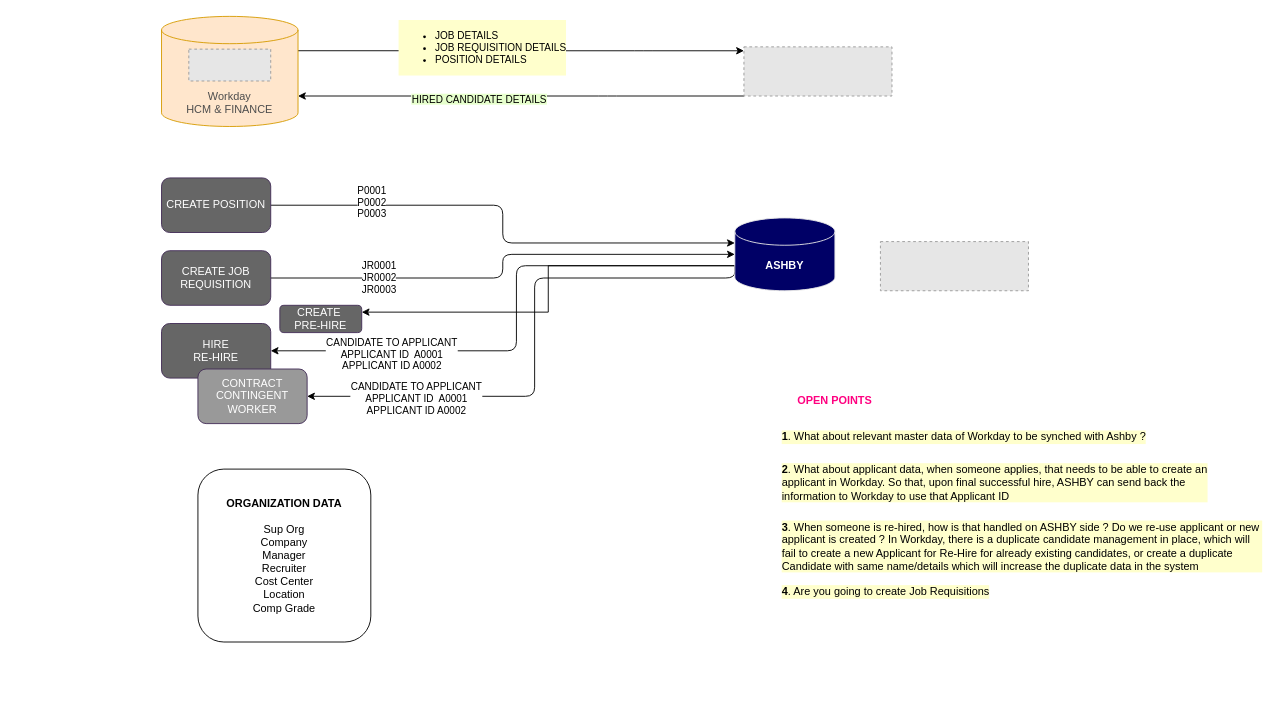
Above: ASHBY Recruiting Integration.drawio in sandyaroma/sandyaroma (draw.io), before the change. Source tidied: cells renumbered, new cells numbered last; positions are measured from the earlier drawing's top-left corner, leaving out a move shared by most shapes. Both pictures are drawn from the tidied source at 91%, with x=0, y=0 at pixel (15, 15). Pictures stored in the file or linked from it are replaced by grey dashed boxes.
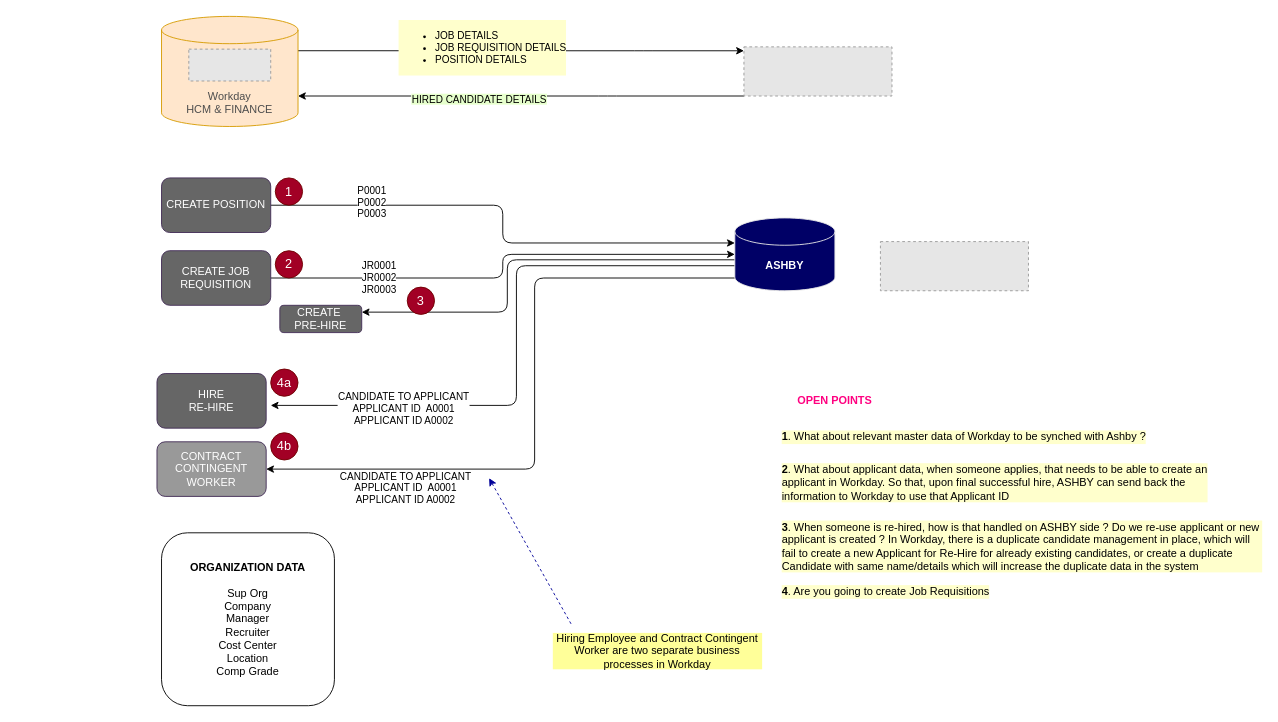
After the change.

Unchanged cells that the change refers to:
```xml
<mxCell id="18" value="&lt;font color=&quot;#ffffff&quot;&gt;&lt;b&gt;ASHBY&lt;/b&gt;&lt;/font&gt;" style="shape=cylinder3;whiteSpace=wrap;html=1;boundedLbl=1;backgroundOutline=1;size=15;fillColor=#000066;strokeColor=#E6E6E6;" parent="1" vertex="1">
  <mxGeometry x="790" y="222" width="110" height="80" as="geometry" />
</mxCell>
<mxCell id="31" value="CREATE&amp;nbsp;&lt;div&gt;PRE-HIRE&lt;/div&gt;" style="rounded=1;whiteSpace=wrap;html=1;fillColor=#666666;fontColor=#ffffff;strokeColor=#432D57;" parent="1" vertex="1">
  <mxGeometry x="290" y="318" width="90" height="30" as="geometry" />
</mxCell>
```

Diff of the diagram source:
```diff
@@
-    <mxCell id="13" style="edgeStyle=orthogonalEdgeStyle;rounded=1;jettySize=auto;html=1;exitX=0;exitY=0;exitDx=0;exitDy=52.5;exitPerimeter=0;entryX=1;entryY=0.5;entryDx=0;entryDy=0;curved=0;" parent="1" edge="1" source="18" target="23">
+    <mxCell id="13" style="edgeStyle=orthogonalEdgeStyle;rounded=1;jettySize=auto;html=1;exitX=0;exitY=0;exitDx=0;exitDy=52.5;exitPerimeter=0;curved=0;" parent="1" edge="1" source="18">
       <mxGeometry relative="1" as="geometry">
+        <mxPoint x="280" y="428" as="targetPoint" />
         <Array as="points">
           <mxPoint x="550" y="275" />
-          <mxPoint x="550" y="368" />
+          <mxPoint x="550" y="428" />
         </Array>
       </mxGeometry>
     </mxCell>
@@
-    <mxCell id="15" style="edgeStyle=orthogonalEdgeStyle;rounded=1;jettySize=auto;html=1;exitX=0;exitY=0;exitDx=0;exitDy=52.5;exitPerimeter=0;entryX=1;entryY=0.5;entryDx=0;entryDy=0;curved=0;" parent="1" edge="1" source="18" target="24">
+    <mxCell id="15" style="edgeStyle=orthogonalEdgeStyle;rounded=1;jettySize=auto;html=1;entryX=1;entryY=0.5;entryDx=0;entryDy=0;curved=0;" parent="1" edge="1" source="18" target="24">
       <mxGeometry relative="1" as="geometry">
         <Array as="points">
-          <mxPoint x="790" y="288" />
           <mxPoint x="570" y="288" />
-          <mxPoint x="570" y="418" />
+          <mxPoint x="570" y="498" />
         </Array>
       </mxGeometry>
     </mxCell>
     <mxCell id="16" value="CANDIDATE TO APPLICANT&lt;div&gt;APPLICANT ID&amp;nbsp; A0001&lt;/div&gt;&lt;div&gt;APPLICANT ID A0002&lt;/div&gt;" style="edgeLabel;html=1;align=center;verticalAlign=middle;" parent="15" vertex="1">
-      <mxGeometry x="0.61" y="2" relative="1" as="geometry" />
+      <mxGeometry x="0.61" y="2" relative="1" as="geometry">
+        <mxPoint x="11" y="18" as="offset" />
+      </mxGeometry>
     </mxCell>
-    <mxCell id="17" style="edgeStyle=orthogonalEdgeStyle;rounded=0;jettySize=auto;html=1;exitX=0;exitY=0;exitDx=0;exitDy=52.5;exitPerimeter=0;entryX=1;entryY=0.25;entryDx=0;entryDy=0;" parent="1" edge="1" source="18" target="31">
-      <mxGeometry relative="1" as="geometry" />
+    <mxCell id="17" style="edgeStyle=orthogonalEdgeStyle;rounded=1;jettySize=auto;html=1;exitX=0;exitY=0;exitDx=0;exitDy=52.5;exitPerimeter=0;entryX=1;entryY=0.25;entryDx=0;entryDy=0;curved=0;" parent="1" edge="1" source="18" target="31">
+      <mxGeometry relative="1" as="geometry">
+        <Array as="points">
+          <mxPoint x="810" y="275" />
+          <mxPoint x="810" y="268" />
+          <mxPoint x="540" y="268" />
+          <mxPoint x="540" y="326" />
+        </Array>
+      </mxGeometry>
     </mxCell>
@@
     <mxCell id="23" value="HIRE&lt;div&gt;RE-HIRE&lt;/div&gt;" style="rounded=1;whiteSpace=wrap;html=1;fillColor=#666666;fontColor=#ffffff;strokeColor=#432D57;" parent="1" vertex="1">
-      <mxGeometry x="160" y="338" width="120" height="60" as="geometry" />
+      <mxGeometry x="155" y="393" width="120" height="60" as="geometry" />
     </mxCell>
     <mxCell id="24" value="CONTRACT CONTINGENT WORKER" style="rounded=1;whiteSpace=wrap;html=1;fillColor=#999999;fontColor=#ffffff;strokeColor=#432D57;" parent="1" vertex="1">
-      <mxGeometry x="200" y="388" width="120" height="60" as="geometry" />
+      <mxGeometry x="155" y="468" width="120" height="60" as="geometry" />
     </mxCell>
     <mxCell id="25" value="&lt;b&gt;ORGANIZATION DATA&lt;/b&gt;&lt;div&gt;&lt;br&gt;&lt;/div&gt;&lt;div&gt;Sup Org&lt;/div&gt;&lt;div&gt;Company&lt;/div&gt;&lt;div&gt;Manager&lt;/div&gt;&lt;div&gt;Recruiter&lt;/div&gt;&lt;div&gt;Cost Center&lt;/div&gt;&lt;div&gt;Location&lt;/div&gt;&lt;div&gt;Comp Grade&lt;/div&gt;" style="rounded=1;whiteSpace=wrap;html=1;align=center;" parent="1" vertex="1">
-      <mxGeometry x="200" y="498" width="190" height="190" as="geometry" />
+      <mxGeometry x="160" y="568" width="190" height="190" as="geometry" />
     </mxCell>
@@
+    <mxCell id="32" value="&lt;font style=&quot;font-size: 14px;&quot;&gt;1&lt;/font&gt;" style="ellipse;whiteSpace=wrap;html=1;fillColor=#a20025;fontColor=#ffffff;strokeColor=#6F0000;" parent="1" vertex="1">
+      <mxGeometry x="285" y="178" width="30" height="30" as="geometry" />
+    </mxCell>
+    <mxCell id="33" value="&lt;span style=&quot;font-size: 14px;&quot;&gt;2&lt;/span&gt;" style="ellipse;whiteSpace=wrap;html=1;fillColor=#a20025;fontColor=#ffffff;strokeColor=#6F0000;" parent="1" vertex="1">
+      <mxGeometry x="285" y="258" width="30" height="30" as="geometry" />
+    </mxCell>
+    <mxCell id="34" value="&lt;span style=&quot;font-size: 14px;&quot;&gt;3&lt;/span&gt;" style="ellipse;whiteSpace=wrap;html=1;fillColor=#a20025;fontColor=#ffffff;strokeColor=#6F0000;" parent="1" vertex="1">
+      <mxGeometry x="430" y="298" width="30" height="30" as="geometry" />
+    </mxCell>
+    <mxCell id="35" value="&lt;span style=&quot;font-size: 14px;&quot;&gt;4a&lt;/span&gt;" style="ellipse;whiteSpace=wrap;html=1;fillColor=#a20025;fontColor=#ffffff;strokeColor=#6F0000;" parent="1" vertex="1">
+      <mxGeometry x="280" y="388" width="30" height="30" as="geometry" />
+    </mxCell>
+    <mxCell id="36" value="&lt;span style=&quot;font-size: 14px;&quot;&gt;4b&lt;/span&gt;" style="ellipse;whiteSpace=wrap;html=1;fillColor=#a20025;fontColor=#ffffff;strokeColor=#6F0000;" parent="1" vertex="1">
+      <mxGeometry x="280" y="458" width="30" height="30" as="geometry" />
+    </mxCell>
+    <mxCell id="37" value="Hiring Employee and Contract Contingent Worker are two separate business processes in Workday" style="text;html=1;align=center;verticalAlign=middle;whiteSpace=wrap;rounded=0;fillColor=#FFFF99;" parent="1" vertex="1">
+      <mxGeometry x="590" y="678" width="230" height="40" as="geometry" />
+    </mxCell>
+    <mxCell id="38" style="endArrow=classic;html=1;rounded=0;dashed=1;strokeColor=#000099;" parent="1" edge="1">
+      <mxGeometry relative="1" as="geometry">
+        <mxPoint x="610" y="668" as="sourcePoint" />
+        <mxPoint x="520" y="508" as="targetPoint" />
+      </mxGeometry>
+    </mxCell>
```
